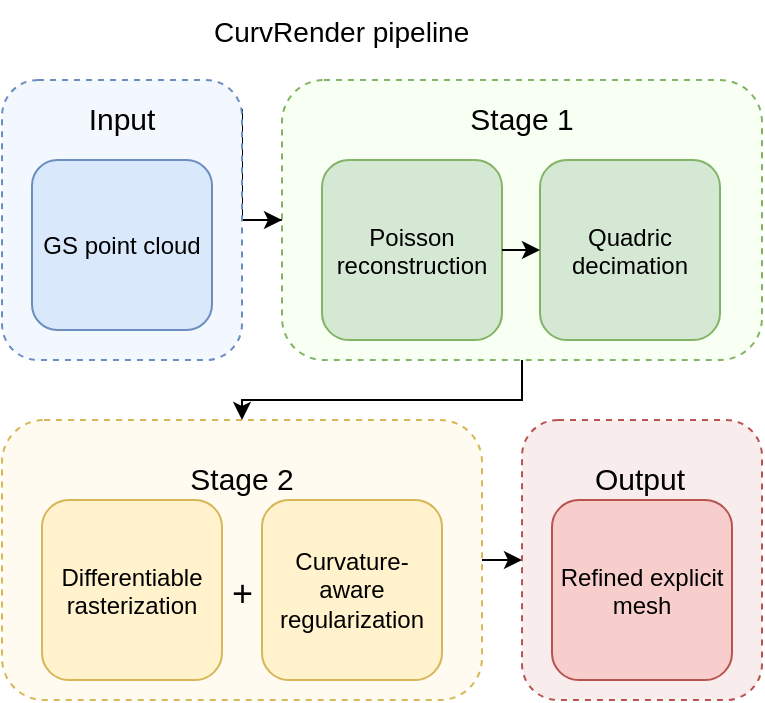
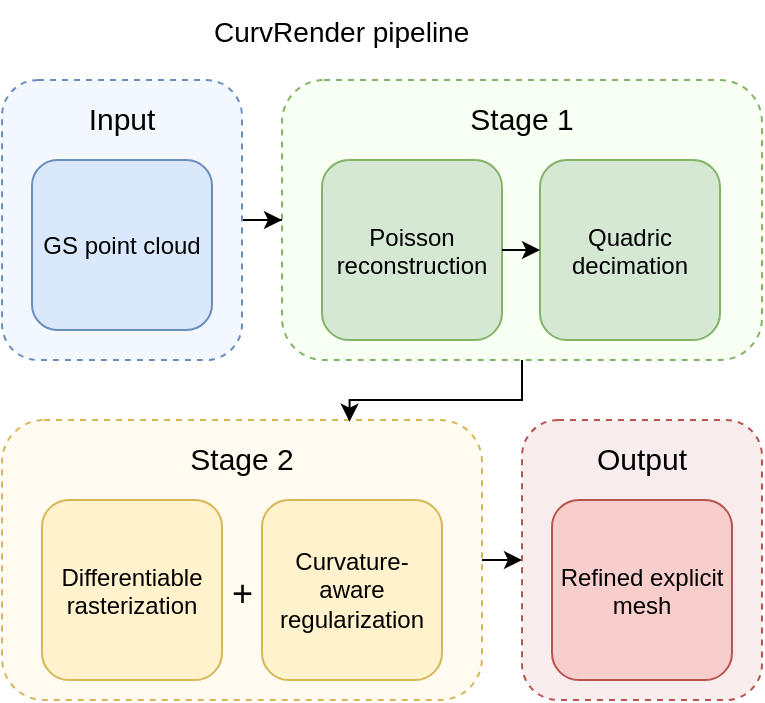
- <mxfile host="app.diagrams.net" agent="Mozilla/5.0 (Macintosh; Intel Mac OS X 10_15_7) AppleWebKit/537.36 (KHTML, like Gecko) Chrome/147.0.0.0 Safari/537.36" version="29.5.6">
+ <mxfile host="app.diagrams.net" agent="Mozilla/5.0 (Macintosh; Intel Mac OS X 10_15_7) AppleWebKit/537.36 (KHTML, like Gecko) Chrome/147.0.0.0 Safari/537.36">
  <diagram name="Page-1" id="xhEA8Vo9vHAz2ZxRf30o">
-     <mxGraphModel dx="848" dy="481" grid="1" gridSize="10" guides="1" tooltips="1" connect="1" arrows="1" fold="1" page="1" pageScale="1" pageWidth="827" pageHeight="1169" math="0" shadow="0">
+     <mxGraphModel dx="575" dy="330" grid="1" gridSize="10" guides="1" tooltips="1" connect="1" arrows="1" fold="1" page="1" pageScale="1" pageWidth="827" pageHeight="1169" math="0" shadow="0">
      <root>
        <mxCell id="0" />
        <mxCell id="1" parent="0" />
-         <mxCell id="9zmTvQHWDiODV1qhZFtI-21" edge="1" parent="1" source="9zmTvQHWDiODV1qhZFtI-4" style="edgeStyle=orthogonalEdgeStyle;rounded=0;orthogonalLoop=1;jettySize=auto;html=1;" target="9zmTvQHWDiODV1qhZFtI-3" value="">
-           <mxGeometry relative="1" as="geometry" />
-         </mxCell>
        <mxCell id="9zmTvQHWDiODV1qhZFtI-4" parent="1" style="rounded=1;whiteSpace=wrap;html=1;dashed=1;fillColor=#F8FFF3;strokeColor=#82b366;fillStyle=auto;" value="" vertex="1">
          <mxGeometry height="140" width="240" x="240" y="180" as="geometry" />
        </mxCell>
-         <mxCell id="9zmTvQHWDiODV1qhZFtI-18" edge="1" parent="1" source="9zmTvQHWDiODV1qhZFtI-2" style="edgeStyle=orthogonalEdgeStyle;rounded=0;orthogonalLoop=1;jettySize=auto;html=1;exitX=1;exitY=0.5;exitDx=0;exitDy=0;entryX=0;entryY=0.5;entryDx=0;entryDy=0;" target="9zmTvQHWDiODV1qhZFtI-4">
+         <mxCell id="zzm29qPL_C28zJtQbR9w-3" edge="1" parent="1" source="9zmTvQHWDiODV1qhZFtI-2" style="edgeStyle=orthogonalEdgeStyle;rounded=0;orthogonalLoop=1;jettySize=auto;html=1;entryX=0;entryY=0.5;entryDx=0;entryDy=0;" target="9zmTvQHWDiODV1qhZFtI-4">
          <mxGeometry relative="1" as="geometry" />
        </mxCell>
        <mxCell id="9zmTvQHWDiODV1qhZFtI-2" parent="1" style="rounded=1;whiteSpace=wrap;html=1;fillColor=#F3F8FF;strokeColor=#6c8ebf;dashed=1;" value="&lt;p style=&quot;text-align: left;&quot;&gt;&lt;br&gt;&lt;/p&gt;&lt;div&gt;&lt;/div&gt;" vertex="1">
          <mxGeometry height="140" width="120" x="100" y="180" as="geometry" />
        </mxCell>
        <mxCell id="9zmTvQHWDiODV1qhZFtI-1" parent="1" style="rounded=1;whiteSpace=wrap;html=1;fillColor=#dae8fc;strokeColor=#6c8ebf;" value="&lt;br&gt;GS point cloud&lt;div&gt;&lt;br/&gt;&lt;/div&gt;" vertex="1">
          <mxGeometry height="85" width="90" x="115" y="220" as="geometry" />
        </mxCell>
        <mxCell id="9zmTvQHWDiODV1qhZFtI-3" parent="1" style="text;strokeColor=none;fillColor=none;align=center;verticalAlign=middle;spacingLeft=4;spacingRight=4;overflow=hidden;points=[[0,0.5],[1,0.5]];portConstraint=eastwest;rotatable=0;whiteSpace=wrap;html=1;" value="&lt;h6&gt;&lt;font style=&quot;font-size: 15px; font-weight: normal;&quot; face=&quot;Helvetica&quot;&gt;Input&lt;/font&gt;&lt;/h6&gt;" vertex="1">
          <mxGeometry height="50" width="80" x="120" y="170" as="geometry" />
        </mxCell>
        <mxCell id="9zmTvQHWDiODV1qhZFtI-7" parent="1" style="text;strokeColor=none;fillColor=none;align=center;verticalAlign=middle;spacingLeft=4;spacingRight=4;overflow=hidden;points=[[0,0.5],[1,0.5]];portConstraint=eastwest;rotatable=0;whiteSpace=wrap;html=1;" value="&lt;h6&gt;&lt;font style=&quot;font-size: 15px; font-weight: normal;&quot; face=&quot;Helvetica&quot;&gt;Stage 1&lt;/font&gt;&lt;/h6&gt;" vertex="1">
          <mxGeometry height="50" width="80" x="320" y="170" as="geometry" />
        </mxCell>
        <mxCell id="9zmTvQHWDiODV1qhZFtI-6" parent="1" style="rounded=1;whiteSpace=wrap;html=1;align=center;fillColor=#d5e8d4;strokeColor=#82b366;" value="&lt;p class=&quot;p1&quot; style=&quot;margin: 0px; font-style: normal; font-variant: normal; font-size-adjust: none; font-language-override: normal; font-kerning: auto; font-optical-sizing: auto; font-feature-settings: normal; font-variation-settings: normal; font-stretch: normal; line-height: normal; font-family: Helvetica;&quot;&gt;&lt;font&gt;Quadric decimation&lt;/font&gt;&lt;/p&gt;" vertex="1">
          <mxGeometry height="90" width="90" x="369" y="220" as="geometry" />
        </mxCell>
        <mxCell id="9zmTvQHWDiODV1qhZFtI-5" parent="1" style="rounded=1;whiteSpace=wrap;html=1;align=center;fillColor=#d5e8d4;strokeColor=#82b366;" value="&lt;p class=&quot;p1&quot; style=&quot;margin: 0px; font-style: normal; font-variant: normal; font-size-adjust: none; font-language-override: normal; font-kerning: auto; font-optical-sizing: auto; font-feature-settings: normal; font-variation-settings: normal; font-stretch: normal; line-height: normal; font-family: Helvetica;&quot;&gt;&lt;font&gt;Poisson reconstruction&lt;/font&gt;&lt;/p&gt;" vertex="1">
          <mxGeometry height="90" width="90" x="260" y="220" as="geometry" />
        </mxCell>
        <mxCell id="9zmTvQHWDiODV1qhZFtI-26" edge="1" parent="1" source="9zmTvQHWDiODV1qhZFtI-9" style="edgeStyle=orthogonalEdgeStyle;rounded=0;orthogonalLoop=1;jettySize=auto;html=1;exitX=1;exitY=0.5;exitDx=0;exitDy=0;entryX=0;entryY=0.5;entryDx=0;entryDy=0;" target="9zmTvQHWDiODV1qhZFtI-15">
          <mxGeometry relative="1" as="geometry" />
        </mxCell>
        <mxCell id="9zmTvQHWDiODV1qhZFtI-9" parent="1" style="rounded=1;whiteSpace=wrap;html=1;dashed=1;fillColor=#FFFBF0;strokeColor=#d6b656;" value="" vertex="1">
          <mxGeometry height="140" width="240" x="100" y="350" as="geometry" />
        </mxCell>
        <mxCell id="9zmTvQHWDiODV1qhZFtI-11" parent="1" style="rounded=1;whiteSpace=wrap;html=1;align=center;fillColor=#fff2cc;strokeColor=#d6b656;" value="&lt;p class=&quot;p1&quot; style=&quot;margin: 0px; font-style: normal; font-variant: normal; font-size-adjust: none; font-language-override: normal; font-kerning: auto; font-optical-sizing: auto; font-feature-settings: normal; font-variation-settings: normal; font-stretch: normal; line-height: normal; font-family: Helvetica;&quot;&gt;&lt;font&gt;Differentiable rasterization&lt;/font&gt;&lt;/p&gt;" vertex="1">
          <mxGeometry height="90" width="90" x="120" y="390" as="geometry" />
        </mxCell>
        <mxCell id="9zmTvQHWDiODV1qhZFtI-13" parent="1" style="rounded=1;whiteSpace=wrap;html=1;fillColor=#fff2cc;strokeColor=#d6b656;" value="Curvature-aware regularization" vertex="1">
          <mxGeometry height="90" width="90" x="230" y="390" as="geometry" />
        </mxCell>
        <mxCell id="9zmTvQHWDiODV1qhZFtI-14" parent="1" style="text;strokeColor=none;fillColor=none;align=center;verticalAlign=middle;spacingLeft=4;spacingRight=4;overflow=hidden;points=[[0,0.5],[1,0.5]];portConstraint=eastwest;rotatable=0;whiteSpace=wrap;html=1;" value="&lt;h6&gt;&lt;font style=&quot;font-size: 15px; font-weight: normal;&quot; face=&quot;Helvetica&quot;&gt;Stage 2&lt;/font&gt;&lt;/h6&gt;" vertex="1">
-           <mxGeometry height="50" width="80" x="180" y="350" as="geometry" />
+           <mxGeometry height="50" width="80" x="180" y="340" as="geometry" />
        </mxCell>
        <mxCell id="9zmTvQHWDiODV1qhZFtI-15" parent="1" style="rounded=1;whiteSpace=wrap;html=1;dashed=1;fillColor=#F8ECEC;strokeColor=#b85450;" value="" vertex="1">
          <mxGeometry height="140" width="120" x="360" y="350" as="geometry" />
        </mxCell>
        <mxCell id="9zmTvQHWDiODV1qhZFtI-16" parent="1" style="rounded=1;whiteSpace=wrap;html=1;align=center;fillColor=#f8cecc;strokeColor=#b85450;" value="&lt;p class=&quot;p1&quot; style=&quot;margin: 0px; font-style: normal; font-variant: normal; font-size-adjust: none; font-language-override: normal; font-kerning: auto; font-optical-sizing: auto; font-feature-settings: normal; font-variation-settings: normal; font-stretch: normal; line-height: normal; font-family: Helvetica;&quot;&gt;&lt;font&gt;Refined explicit mesh&lt;/font&gt;&lt;/p&gt;" vertex="1">
          <mxGeometry height="90" width="90" x="375" y="390" as="geometry" />
        </mxCell>
        <mxCell id="9zmTvQHWDiODV1qhZFtI-17" parent="1" style="text;strokeColor=none;fillColor=none;align=center;verticalAlign=middle;spacingLeft=4;spacingRight=4;overflow=hidden;points=[[0,0.5],[1,0.5]];portConstraint=eastwest;rotatable=0;whiteSpace=wrap;html=1;" value="&lt;h6&gt;&lt;font style=&quot;font-size: 15px; font-weight: normal;&quot; face=&quot;Helvetica&quot;&gt;Output&lt;/font&gt;&lt;/h6&gt;" vertex="1">
-           <mxGeometry height="50" width="80" x="379" y="350" as="geometry" />
+           <mxGeometry height="50" width="80" x="380" y="340" as="geometry" />
        </mxCell>
        <mxCell id="9zmTvQHWDiODV1qhZFtI-23" edge="1" parent="1" source="9zmTvQHWDiODV1qhZFtI-5" style="endArrow=classic;html=1;rounded=0;entryX=0;entryY=0.5;entryDx=0;entryDy=0;exitX=1;exitY=0.5;exitDx=0;exitDy=0;" target="9zmTvQHWDiODV1qhZFtI-6" value="">
          <mxGeometry height="50" relative="1" width="50" as="geometry">
            <mxPoint x="330" y="310" as="sourcePoint" />
            <mxPoint x="380" y="260" as="targetPoint" />
          </mxGeometry>
        </mxCell>
        <mxCell id="9zmTvQHWDiODV1qhZFtI-25" parent="1" style="text;strokeColor=none;fillColor=none;align=center;verticalAlign=middle;spacingLeft=4;spacingRight=4;overflow=hidden;points=[[0,0.5],[1,0.5]];portConstraint=eastwest;rotatable=0;whiteSpace=wrap;html=1;" value="&lt;h3&gt;&lt;span style=&quot;font-weight: normal;&quot;&gt;&lt;font style=&quot;font-size: 18px;&quot;&gt;+&lt;/font&gt;&lt;/span&gt;&lt;/h3&gt;" vertex="1">
          <mxGeometry height="50" width="20" x="210" y="410" as="geometry" />
        </mxCell>
-         <mxCell id="9zmTvQHWDiODV1qhZFtI-28" edge="1" parent="1" source="9zmTvQHWDiODV1qhZFtI-4" style="edgeStyle=orthogonalEdgeStyle;rounded=0;orthogonalLoop=1;jettySize=auto;html=1;" target="9zmTvQHWDiODV1qhZFtI-14">
-           <mxGeometry relative="1" as="geometry">
-             <Array as="points">
-               <mxPoint x="360" y="340" />
-               <mxPoint x="220" y="340" />
-             </Array>
-           </mxGeometry>
-         </mxCell>
        <mxCell id="9zmTvQHWDiODV1qhZFtI-29" parent="1" style="text;strokeColor=none;fillColor=none;align=left;verticalAlign=middle;spacingLeft=4;spacingRight=4;overflow=hidden;points=[[0,0.5],[1,0.5]];portConstraint=eastwest;rotatable=0;whiteSpace=wrap;html=1;" value="&lt;p class=&quot;p1&quot; style=&quot;margin: 0px; font-style: normal; font-variant: normal; font-size-adjust: none; font-language-override: normal; font-kerning: auto; font-optical-sizing: auto; font-feature-settings: normal; font-variation-settings: normal; font-stretch: normal; font-size: 14px; line-height: normal; font-family: Helvetica;&quot;&gt;CurvRender pipeline&lt;/p&gt;" vertex="1">
          <mxGeometry height="30" width="150" x="200" y="140" as="geometry" />
+         </mxCell>
+         <mxCell id="zzm29qPL_C28zJtQbR9w-4" edge="1" parent="1" source="9zmTvQHWDiODV1qhZFtI-4" style="edgeStyle=orthogonalEdgeStyle;rounded=0;orthogonalLoop=1;jettySize=auto;html=1;entryX=0.724;entryY=0.006;entryDx=0;entryDy=0;entryPerimeter=0;" target="9zmTvQHWDiODV1qhZFtI-9">
+           <mxGeometry relative="1" as="geometry" />
        </mxCell>
      </root>
    </mxGraphModel>
  </diagram>
</mxfile>
